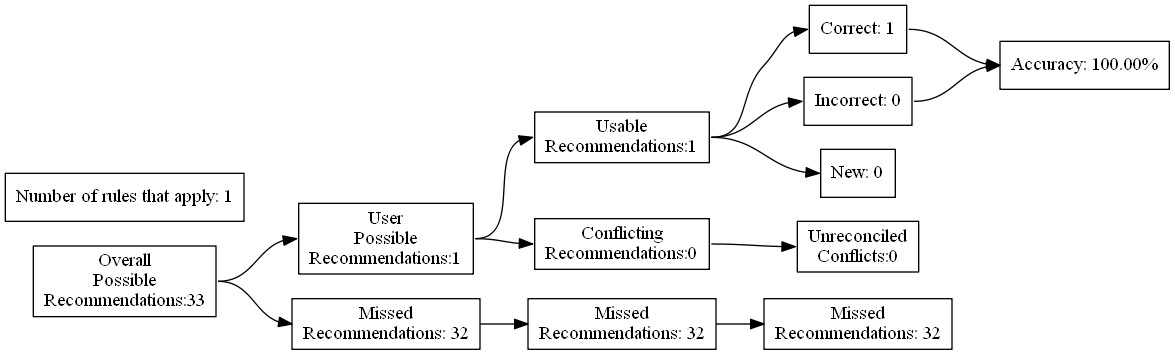
ZaxR/ibd_diet_analysis keeps this Graphviz diagram as test_renders/33.gv.png. Above is the earlier version. Its source is kept beside it as test_renders/33.gv.
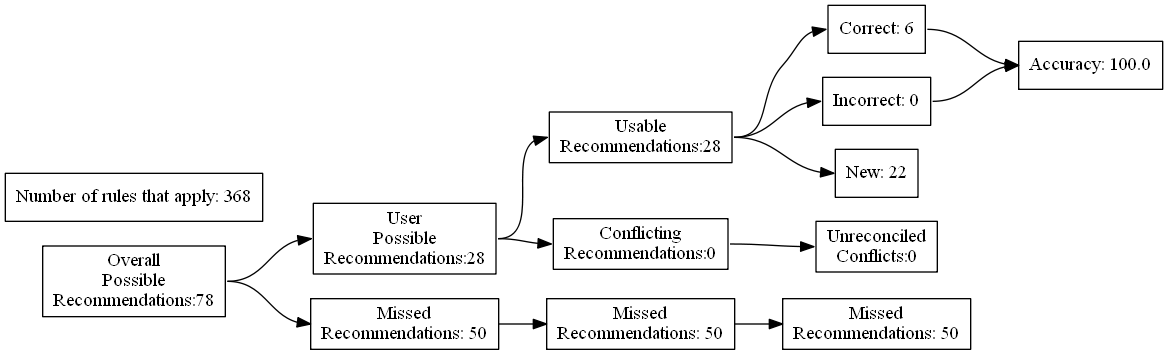
After the commit.

Change to the diagram source:
```diff
@@ -4,27 +4,27 @@
 	edge [headport=w tailport=e]
 		A [label="Overall
 Possible
-Recommendations:33"]
+Recommendations:78"]
 		B [label="User
 Possible
-Recommendations:1"]
+Recommendations:28"]
 		C [label="Missed
-Recommendations: 32"]
+Recommendations: 50"]
 		D [label="Usable
-Recommendations:1"]
+Recommendations:28"]
 		E [label="Conflicting
 Recommendations:0"]
 		J [label="Missed
-Recommendations: 32"]
+Recommendations: 50"]
 		M [label="Unreconciled
 Conflicts:0"]
-		F [label="Correct: 1"]
+		F [label="Correct: 6"]
 		G [label="Incorrect: 0"]
-		H [label="New: 0"]
+		H [label="New: 22"]
 		K [label="Missed
-Recommendations: 32"]
-		I [label="Accuracy: 100.00%"]
-		l [label="Number of rules that apply: 1"]
+Recommendations: 50"]
+		I [label="Accuracy: 100.0"]
+		l [label="Number of rules that apply: 368"]
 			A -> B
 			A -> C
 			B -> D
```
